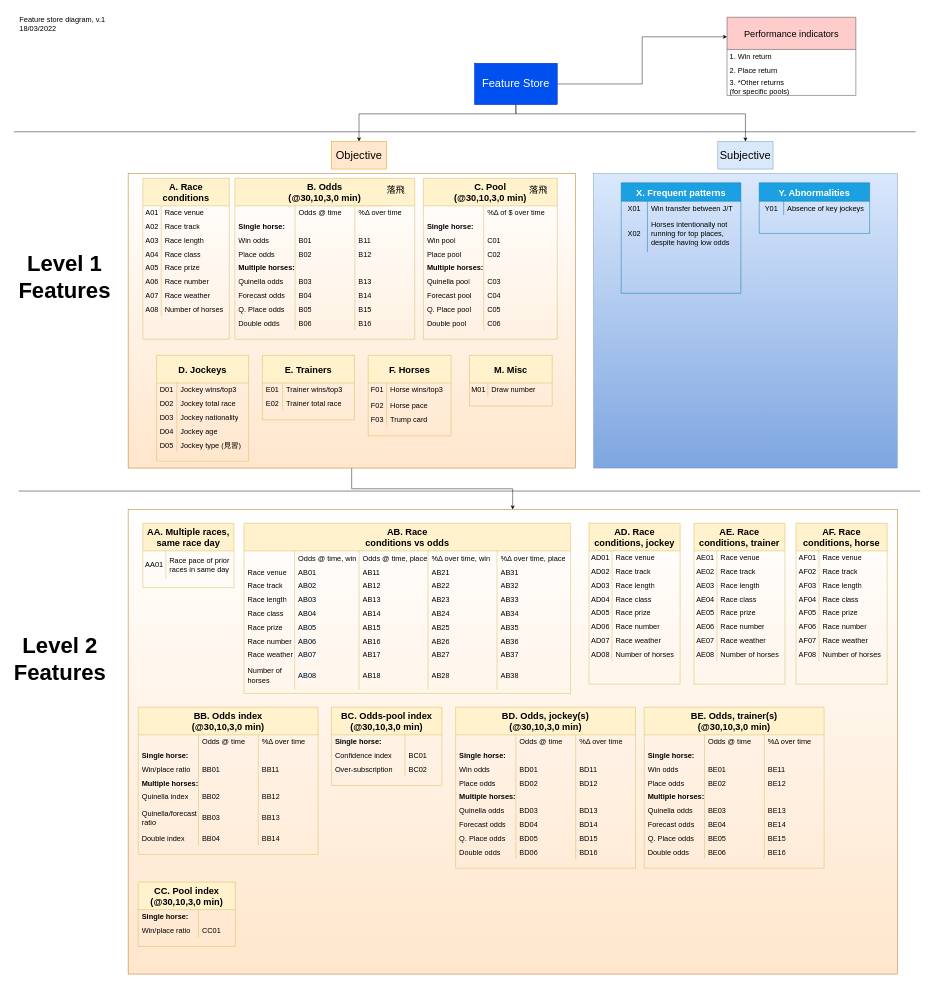
tommy202201/HKJC keeps this draw.io diagram as page "Features" (1 of 4) of feature_diagram.drawio. Above is the earlier version. Source tidied: cells renumbered, new cells numbered last; positions are measured from the earlier drawing's top-left corner, leaving out a move shared by most shapes. Both pictures are drawn from the tidied source at 46%, with x=0, y=0 at pixel (14, 8).
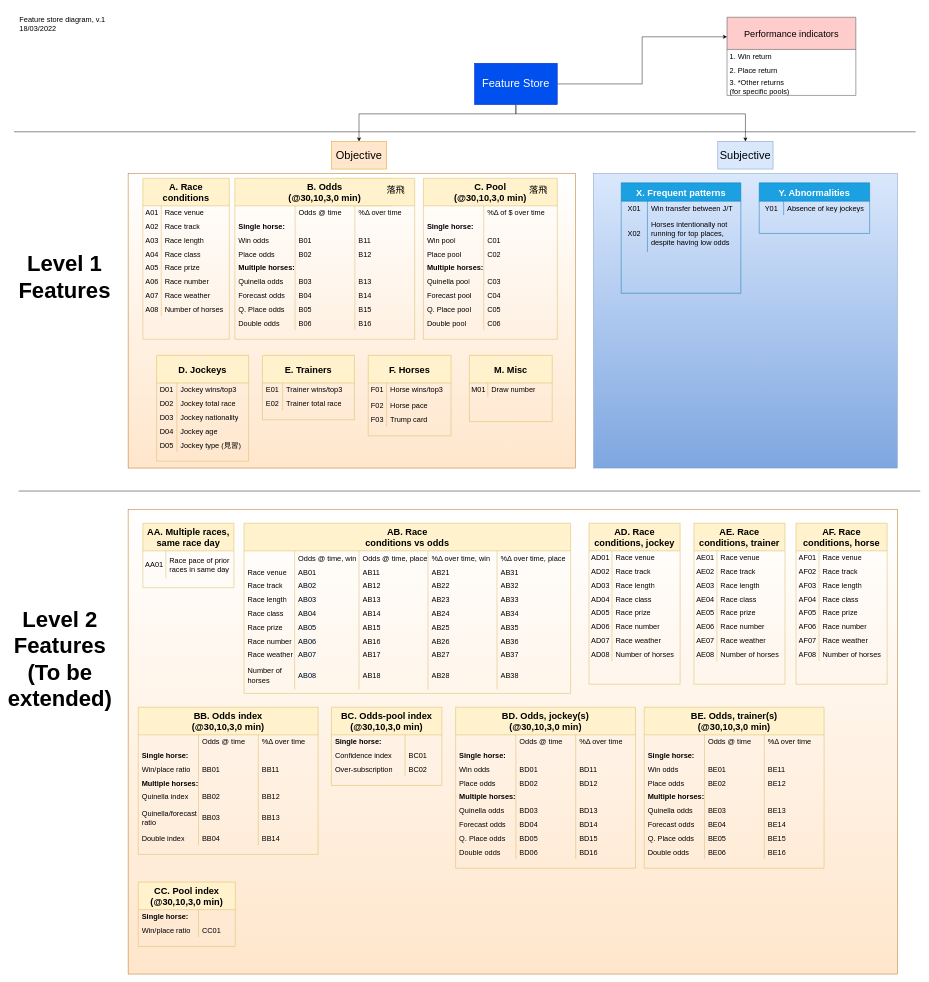
After the change.

Unchanged cells that the change refers to:
```xml
<mxCell id="4" style="rounded=0;whiteSpace=wrap;html=1;fontSize=20;fillColor=#FFE6CC;strokeColor=#b46504;gradientColor=#ffffff;gradientDirection=north;" parent="1" vertex="1">
  <mxGeometry x="248" y="360" width="972" height="640" as="geometry" />
</mxCell>
<mxCell id="159" style="rounded=0;whiteSpace=wrap;html=1;fontSize=20;fillColor=#FFE6CC;strokeColor=#b46504;gradientColor=#ffffff;gradientDirection=north;" parent="1" vertex="1">
  <mxGeometry x="248" y="1090" width="1672" height="1010" as="geometry" />
</mxCell>
```

The edit, as a diff of the source:
```diff
@@
-    <mxCell id="3" style="edgeStyle=orthogonalEdgeStyle;rounded=0;jettySize=auto;html=1;exitX=0.5;exitY=1;exitDx=0;exitDy=0;fontSize=16;" parent="1" edge="1" source="4" target="159">
-      <mxGeometry relative="1" as="geometry" />
-    </mxCell>
@@
     <mxCell id="113" value="M. Misc" style="shape=table;startSize=60;childLayout=tableLayout;rowLines=0;fontStyle=1;fontSize=20;fillColor=#fff2cc;strokeColor=#d6b656;" parent="1" vertex="1">
-      <mxGeometry x="990" y="755" width="180" height="110" as="geometry" />
+      <mxGeometry x="990" y="755" width="180" height="144" as="geometry" />
     </mxCell>
@@
-    <mxCell id="158" value="Level 2 Features" style="text;html=1;strokeColor=none;fillColor=none;align=center;verticalAlign=middle;whiteSpace=wrap;rounded=0;fontSize=48;fontStyle=1;" parent="1" vertex="1">
+    <mxCell id="158" value="Level 2 Features&lt;br&gt;(To be extended)" style="text;html=1;strokeColor=none;fillColor=none;align=center;verticalAlign=middle;whiteSpace=wrap;rounded=0;fontSize=48;fontStyle=1;" parent="1" vertex="1">
       <mxGeometry x="70" y="1400" width="60" height="30" as="geometry" />
     </mxCell>
```
